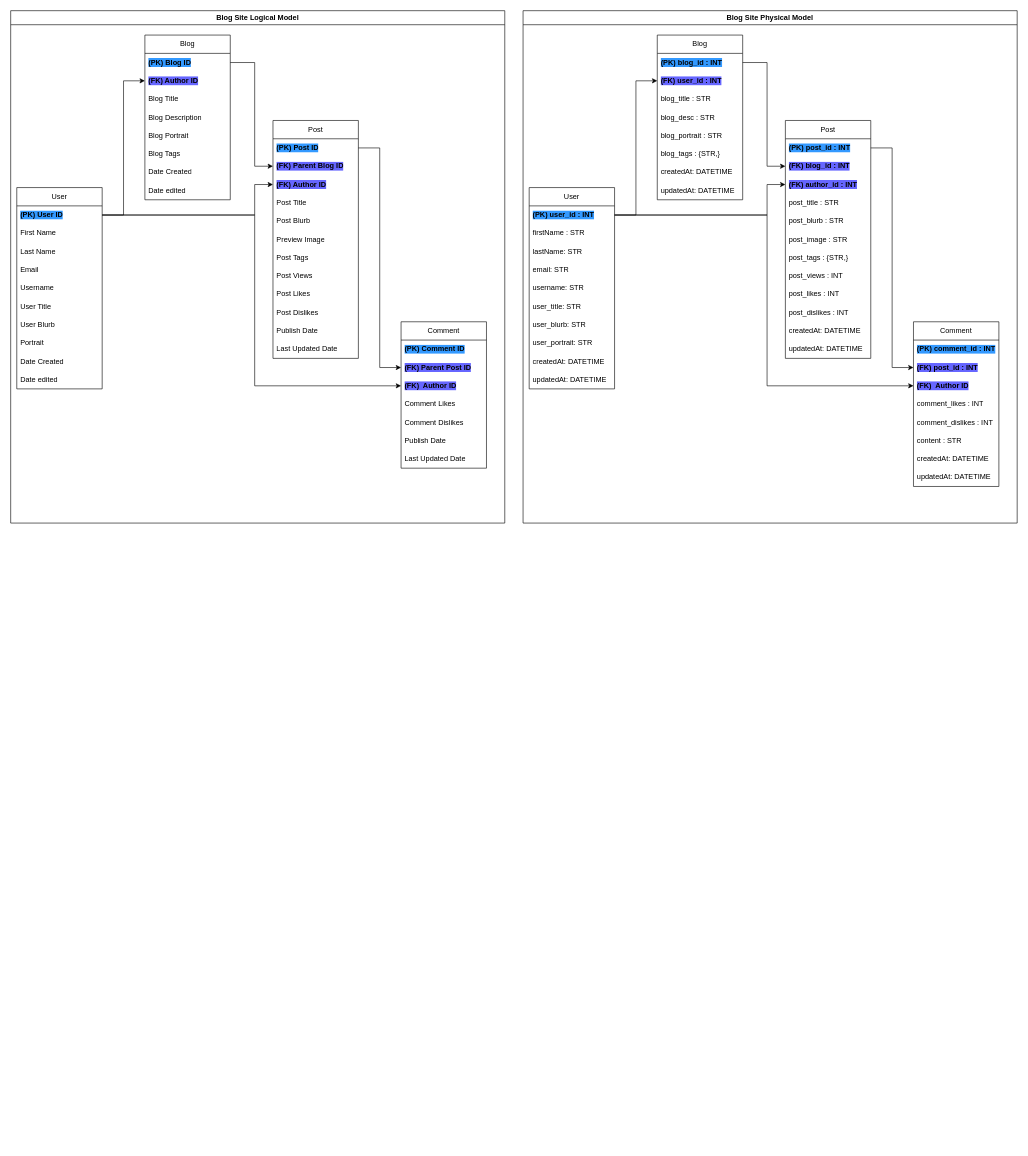
Euxiac/Exercise-Site keeps this draw.io diagram as Module_8/Exercise_1/Blog Site Models.drawio. Above is the earlier version. Source tidied: cells renumbered, new cells numbered last; positions are measured from the earlier drawing's top-left corner, leaving out a move shared by most shapes. Both pictures are drawn from the tidied source at 61%, with x=0, y=0 at pixel (10, 10).
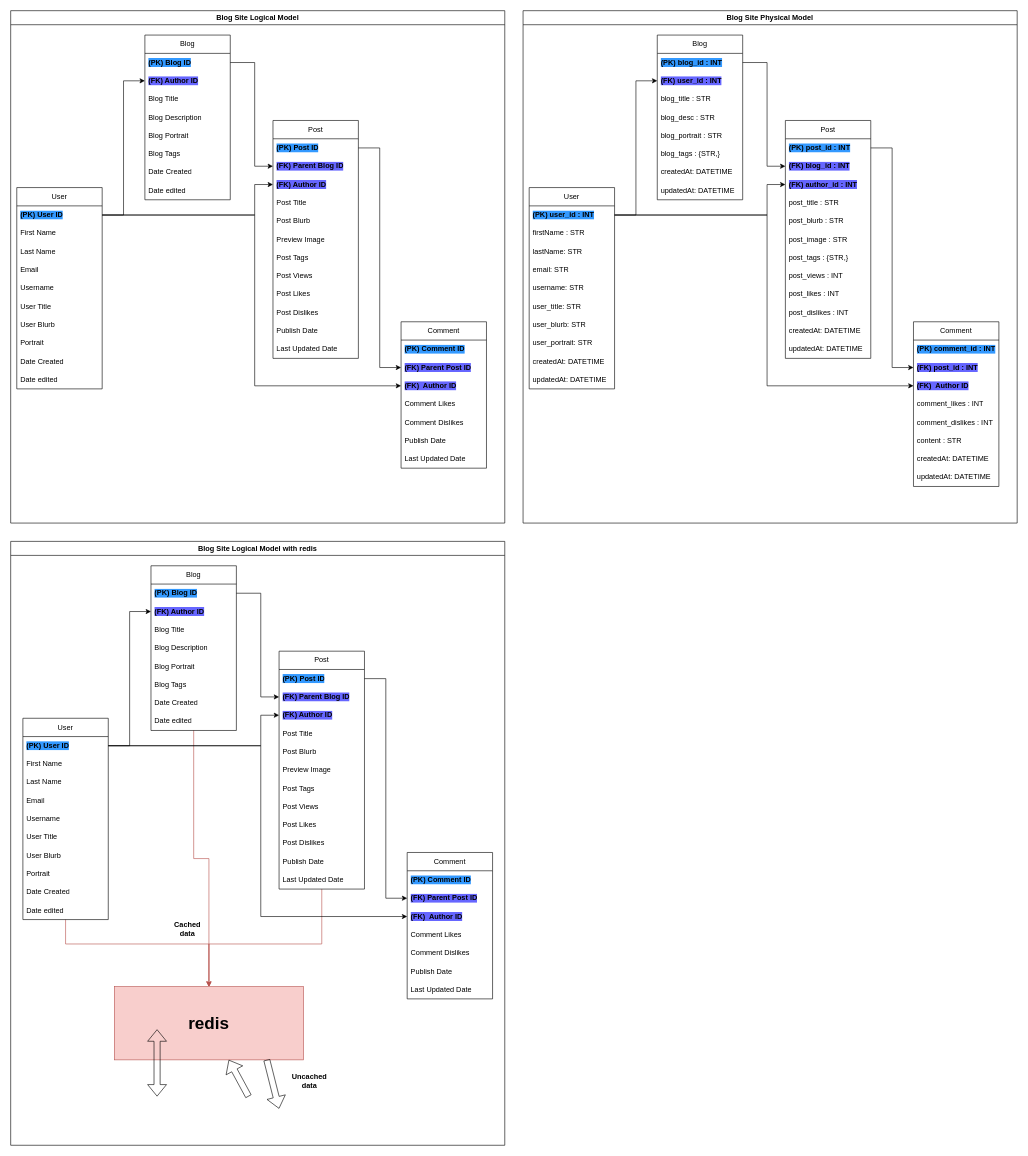
The same page after the edit.

Diff of the diagram source:
```diff
@@
+    <mxCell id="99" style="edgeStyle=orthogonalEdgeStyle;rounded=0;jettySize=auto;html=1;strokeColor=#b85450;fillColor=#f8cecc;" parent="1" edge="1" source="100" target="148">
+      <mxGeometry relative="1" as="geometry">
+        <Array as="points">
+          <mxPoint x="90" y="1530" />
+          <mxPoint x="325" y="1530" />
+        </Array>
+      </mxGeometry>
+    </mxCell>
+    <mxCell id="100" value="User" style="swimlane;fontStyle=0;horizontal=1;startSize=30;whiteSpace=wrap;html=1;" parent="1" vertex="1">
+      <mxGeometry x="20" y="1160" width="140" height="330" as="geometry" />
+    </mxCell>
+    <mxCell id="101" value="(PK) User ID" style="text;strokeColor=none;fillColor=none;align=left;verticalAlign=middle;spacingLeft=4;spacingRight=4;overflow=hidden;points=[[0,0.5],[1,0.5]];portConstraint=eastwest;whiteSpace=wrap;html=1;fontStyle=1;labelBackgroundColor=#3399FF;" parent="100" vertex="1">
+      <mxGeometry y="30" width="140" height="30" as="geometry" />
+    </mxCell>
+    <mxCell id="102" value="First Name" style="text;strokeColor=none;fillColor=none;align=left;verticalAlign=middle;spacingLeft=4;spacingRight=4;overflow=hidden;whiteSpace=wrap;html=1;" parent="100" vertex="1">
+      <mxGeometry y="60" width="140" height="30" as="geometry" />
+    </mxCell>
+    <mxCell id="103" value="Last Name" style="text;strokeColor=none;fillColor=none;align=left;verticalAlign=middle;spacingLeft=4;spacingRight=4;overflow=hidden;whiteSpace=wrap;html=1;" parent="100" vertex="1">
+      <mxGeometry y="90" width="140" height="30" as="geometry" />
+    </mxCell>
+    <mxCell id="104" value="Email" style="text;strokeColor=none;fillColor=none;align=left;verticalAlign=middle;spacingLeft=4;spacingRight=4;overflow=hidden;whiteSpace=wrap;html=1;" parent="100" vertex="1">
+      <mxGeometry y="120" width="140" height="30" as="geometry" />
+    </mxCell>
+    <mxCell id="105" value="Username" style="text;strokeColor=none;fillColor=none;align=left;verticalAlign=middle;spacingLeft=4;spacingRight=4;overflow=hidden;whiteSpace=wrap;html=1;" parent="100" vertex="1">
+      <mxGeometry y="150" width="140" height="30" as="geometry" />
+    </mxCell>
+    <mxCell id="106" value="User Title" style="text;strokeColor=none;fillColor=none;align=left;verticalAlign=middle;spacingLeft=4;spacingRight=4;overflow=hidden;whiteSpace=wrap;html=1;" parent="100" vertex="1">
+      <mxGeometry y="180" width="140" height="30" as="geometry" />
+    </mxCell>
+    <mxCell id="107" value="User Blurb" style="text;strokeColor=none;fillColor=none;align=left;verticalAlign=middle;spacingLeft=4;spacingRight=4;overflow=hidden;whiteSpace=wrap;html=1;" parent="100" vertex="1">
+      <mxGeometry y="210" width="140" height="30" as="geometry" />
+    </mxCell>
+    <mxCell id="108" value="Portrait" style="text;strokeColor=none;fillColor=none;align=left;verticalAlign=middle;spacingLeft=4;spacingRight=4;overflow=hidden;whiteSpace=wrap;html=1;" parent="100" vertex="1">
+      <mxGeometry y="240" width="140" height="30" as="geometry" />
+    </mxCell>
+    <mxCell id="109" value="Date Created" style="text;strokeColor=none;fillColor=none;align=left;verticalAlign=middle;spacingLeft=4;spacingRight=4;overflow=hidden;whiteSpace=wrap;html=1;" parent="100" vertex="1">
+      <mxGeometry y="270" width="140" height="30" as="geometry" />
+    </mxCell>
+    <mxCell id="110" value="Date edited" style="text;strokeColor=none;fillColor=none;align=left;verticalAlign=middle;spacingLeft=4;spacingRight=4;overflow=hidden;whiteSpace=wrap;html=1;" parent="100" vertex="1">
+      <mxGeometry y="300" width="140" height="30" as="geometry" />
+    </mxCell>
+    <mxCell id="111" style="edgeStyle=orthogonalEdgeStyle;rounded=0;jettySize=auto;html=1;strokeColor=#b85450;fillColor=#f8cecc;" parent="1" edge="1" source="112" target="148">
+      <mxGeometry relative="1" as="geometry">
+        <Array as="points">
+          <mxPoint x="510" y="1530" />
+          <mxPoint x="325" y="1530" />
+        </Array>
+      </mxGeometry>
+    </mxCell>
+    <mxCell id="112" value="Post" style="swimlane;fontStyle=0;horizontal=1;startSize=30;whiteSpace=wrap;html=1;" parent="1" vertex="1">
+      <mxGeometry x="440" y="1050" width="140" height="390" as="geometry" />
+    </mxCell>
+    <mxCell id="113" value="(PK)&amp;nbsp;Post ID" style="text;strokeColor=none;fillColor=none;align=left;verticalAlign=middle;spacingLeft=4;spacingRight=4;overflow=hidden;points=[[0,0.5],[1,0.5]];portConstraint=eastwest;whiteSpace=wrap;html=1;fontStyle=1;labelBackgroundColor=#3399FF;" parent="112" vertex="1">
+      <mxGeometry y="30" width="140" height="30" as="geometry" />
+    </mxCell>
+    <mxCell id="114" value="(FK) Parent Blog ID" style="text;strokeColor=none;fillColor=none;align=left;verticalAlign=middle;spacingLeft=4;spacingRight=4;overflow=hidden;points=[[0,0.5],[1,0.5]];portConstraint=eastwest;whiteSpace=wrap;html=1;fontStyle=1;labelBackgroundColor=#6666FF;" parent="112" vertex="1">
+      <mxGeometry y="60" width="140" height="30" as="geometry" />
+    </mxCell>
+    <mxCell id="115" value="(FK) Author ID" style="text;strokeColor=none;fillColor=none;align=left;verticalAlign=middle;spacingLeft=4;spacingRight=4;overflow=hidden;points=[[0,0.5],[1,0.5]];portConstraint=eastwest;whiteSpace=wrap;html=1;fontStyle=1;labelBackgroundColor=#6666FF;" parent="112" vertex="1">
+      <mxGeometry y="90" width="140" height="30" as="geometry" />
+    </mxCell>
+    <mxCell id="116" value="Post Title" style="text;strokeColor=none;fillColor=none;align=left;verticalAlign=middle;spacingLeft=4;spacingRight=4;overflow=hidden;whiteSpace=wrap;html=1;" parent="112" vertex="1">
+      <mxGeometry y="120" width="140" height="30" as="geometry" />
+    </mxCell>
+    <mxCell id="117" value="Post Blurb" style="text;strokeColor=none;fillColor=none;align=left;verticalAlign=middle;spacingLeft=4;spacingRight=4;overflow=hidden;whiteSpace=wrap;html=1;" parent="112" vertex="1">
+      <mxGeometry y="150" width="140" height="30" as="geometry" />
+    </mxCell>
+    <mxCell id="118" value="Preview Image" style="text;strokeColor=none;fillColor=none;align=left;verticalAlign=middle;spacingLeft=4;spacingRight=4;overflow=hidden;whiteSpace=wrap;html=1;" parent="112" vertex="1">
+      <mxGeometry y="180" width="140" height="30" as="geometry" />
+    </mxCell>
+    <mxCell id="119" value="Post Tags" style="text;strokeColor=none;fillColor=none;align=left;verticalAlign=middle;spacingLeft=4;spacingRight=4;overflow=hidden;whiteSpace=wrap;html=1;" parent="112" vertex="1">
+      <mxGeometry y="210" width="140" height="30" as="geometry" />
+    </mxCell>
+    <mxCell id="120" value="Post&amp;nbsp;Views" style="text;strokeColor=none;fillColor=none;align=left;verticalAlign=middle;spacingLeft=4;spacingRight=4;overflow=hidden;whiteSpace=wrap;html=1;" parent="112" vertex="1">
+      <mxGeometry y="240" width="140" height="30" as="geometry" />
+    </mxCell>
+    <mxCell id="121" value="Post&amp;nbsp;Likes" style="text;strokeColor=none;fillColor=none;align=left;verticalAlign=middle;spacingLeft=4;spacingRight=4;overflow=hidden;whiteSpace=wrap;html=1;" parent="112" vertex="1">
+      <mxGeometry y="270" width="140" height="30" as="geometry" />
+    </mxCell>
+    <mxCell id="122" value="Post&amp;nbsp;Dislikes" style="text;strokeColor=none;fillColor=none;align=left;verticalAlign=middle;spacingLeft=4;spacingRight=4;overflow=hidden;whiteSpace=wrap;html=1;" parent="112" vertex="1">
+      <mxGeometry y="300" width="140" height="30" as="geometry" />
+    </mxCell>
+    <mxCell id="123" value="Publish Date" style="text;strokeColor=none;fillColor=none;align=left;verticalAlign=middle;spacingLeft=4;spacingRight=4;overflow=hidden;whiteSpace=wrap;html=1;" parent="112" vertex="1">
+      <mxGeometry y="330" width="140" height="30" as="geometry" />
+    </mxCell>
+    <mxCell id="124" value="Last Updated Date" style="text;strokeColor=none;fillColor=none;align=left;verticalAlign=middle;spacingLeft=4;spacingRight=4;overflow=hidden;whiteSpace=wrap;html=1;" parent="112" vertex="1">
+      <mxGeometry y="360" width="140" height="30" as="geometry" />
+    </mxCell>
+    <mxCell id="125" value="Comment" style="swimlane;fontStyle=0;horizontal=1;startSize=30;whiteSpace=wrap;html=1;" parent="1" vertex="1">
+      <mxGeometry x="650" y="1380" width="140" height="240" as="geometry" />
+    </mxCell>
+    <mxCell id="126" value="(PK)&amp;nbsp;Comment ID" style="text;strokeColor=none;fillColor=none;align=left;verticalAlign=middle;spacingLeft=4;spacingRight=4;overflow=hidden;whiteSpace=wrap;html=1;fontStyle=1;labelBackgroundColor=#3399FF;" parent="125" vertex="1">
+      <mxGeometry y="30" width="140" height="30" as="geometry" />
+    </mxCell>
+    <mxCell id="127" value="(FK) Parent Post ID" style="text;strokeColor=none;fillColor=none;align=left;verticalAlign=middle;spacingLeft=4;spacingRight=4;overflow=hidden;points=[[0,0.5],[1,0.5]];portConstraint=eastwest;whiteSpace=wrap;html=1;fontStyle=1;labelBackgroundColor=#6666FF;" parent="125" vertex="1">
+      <mxGeometry y="60" width="140" height="30" as="geometry" />
+    </mxCell>
+    <mxCell id="128" value="(FK)&amp;nbsp; Author ID" style="text;strokeColor=none;fillColor=none;align=left;verticalAlign=middle;spacingLeft=4;spacingRight=4;overflow=hidden;points=[[0,0.5],[1,0.5]];portConstraint=eastwest;whiteSpace=wrap;html=1;fontStyle=1;labelBackgroundColor=#6666FF;" parent="125" vertex="1">
+      <mxGeometry y="90" width="140" height="30" as="geometry" />
+    </mxCell>
+    <mxCell id="129" value="Comment Likes" style="text;strokeColor=none;fillColor=none;align=left;verticalAlign=middle;spacingLeft=4;spacingRight=4;overflow=hidden;whiteSpace=wrap;html=1;" parent="125" vertex="1">
+      <mxGeometry y="120" width="140" height="30" as="geometry" />
+    </mxCell>
+    <mxCell id="130" value="Comment Dislikes" style="text;strokeColor=none;fillColor=none;align=left;verticalAlign=middle;spacingLeft=4;spacingRight=4;overflow=hidden;whiteSpace=wrap;html=1;" parent="125" vertex="1">
+      <mxGeometry y="150" width="140" height="30" as="geometry" />
+    </mxCell>
+    <mxCell id="131" value="Publish Date" style="text;strokeColor=none;fillColor=none;align=left;verticalAlign=middle;spacingLeft=4;spacingRight=4;overflow=hidden;whiteSpace=wrap;html=1;" parent="125" vertex="1">
+      <mxGeometry y="180" width="140" height="30" as="geometry" />
+    </mxCell>
+    <mxCell id="132" value="Last Updated Date" style="text;strokeColor=none;fillColor=none;align=left;verticalAlign=middle;spacingLeft=4;spacingRight=4;overflow=hidden;whiteSpace=wrap;html=1;" parent="125" vertex="1">
+      <mxGeometry y="210" width="140" height="30" as="geometry" />
+    </mxCell>
+    <mxCell id="133" style="edgeStyle=orthogonalEdgeStyle;rounded=0;jettySize=auto;html=1;entryX=0.5;entryY=0;entryDx=0;entryDy=0;strokeColor=#b85450;fillColor=#f8cecc;" parent="1" edge="1" source="134" target="148">
+      <mxGeometry relative="1" as="geometry" />
+    </mxCell>
+    <mxCell id="134" value="Blog" style="swimlane;fontStyle=0;horizontal=1;startSize=30;whiteSpace=wrap;html=1;" parent="1" vertex="1">
+      <mxGeometry x="230" y="910" width="140" height="270" as="geometry" />
+    </mxCell>
+    <mxCell id="135" value="(PK)&amp;nbsp;Blog ID" style="text;strokeColor=none;fillColor=none;align=left;verticalAlign=middle;spacingLeft=4;spacingRight=4;overflow=hidden;points=[[0,0.5],[1,0.5]];portConstraint=eastwest;whiteSpace=wrap;html=1;fontStyle=1;labelBackgroundColor=#3399FF;" parent="134" vertex="1">
+      <mxGeometry y="30" width="140" height="30" as="geometry" />
+    </mxCell>
+    <mxCell id="136" value="(FK) Author ID" style="text;strokeColor=none;fillColor=none;align=left;verticalAlign=middle;spacingLeft=4;spacingRight=4;overflow=hidden;points=[[0,0.5],[1,0.5]];portConstraint=eastwest;whiteSpace=wrap;html=1;fontStyle=1;labelBackgroundColor=#6666FF;" parent="134" vertex="1">
+      <mxGeometry y="60" width="140" height="30" as="geometry" />
+    </mxCell>
+    <mxCell id="137" value="Blog Title" style="text;strokeColor=none;fillColor=none;align=left;verticalAlign=middle;spacingLeft=4;spacingRight=4;overflow=hidden;whiteSpace=wrap;html=1;" parent="134" vertex="1">
+      <mxGeometry y="90" width="140" height="30" as="geometry" />
+    </mxCell>
+    <mxCell id="138" value="Blog Description" style="text;strokeColor=none;fillColor=none;align=left;verticalAlign=middle;spacingLeft=4;spacingRight=4;overflow=hidden;whiteSpace=wrap;html=1;" parent="134" vertex="1">
+      <mxGeometry y="120" width="140" height="30" as="geometry" />
+    </mxCell>
+    <mxCell id="139" value="Blog Portrait" style="text;strokeColor=none;fillColor=none;align=left;verticalAlign=middle;spacingLeft=4;spacingRight=4;overflow=hidden;whiteSpace=wrap;html=1;" parent="134" vertex="1">
+      <mxGeometry y="150" width="140" height="30" as="geometry" />
+    </mxCell>
+    <mxCell id="140" value="Blog Tags" style="text;strokeColor=none;fillColor=none;align=left;verticalAlign=middle;spacingLeft=4;spacingRight=4;overflow=hidden;whiteSpace=wrap;html=1;" parent="134" vertex="1">
+      <mxGeometry y="180" width="140" height="30" as="geometry" />
+    </mxCell>
+    <mxCell id="141" value="Date Created" style="text;strokeColor=none;fillColor=none;align=left;verticalAlign=middle;spacingLeft=4;spacingRight=4;overflow=hidden;whiteSpace=wrap;html=1;" parent="134" vertex="1">
+      <mxGeometry y="210" width="140" height="30" as="geometry" />
+    </mxCell>
+    <mxCell id="142" value="Date edited" style="text;strokeColor=none;fillColor=none;align=left;verticalAlign=middle;spacingLeft=4;spacingRight=4;overflow=hidden;whiteSpace=wrap;html=1;" parent="134" vertex="1">
+      <mxGeometry y="240" width="140" height="30" as="geometry" />
+    </mxCell>
+    <mxCell id="143" style="edgeStyle=orthogonalEdgeStyle;rounded=0;jettySize=auto;html=1;exitX=1;exitY=0.5;exitDx=0;exitDy=0;entryX=0;entryY=0.5;entryDx=0;entryDy=0;" parent="1" edge="1" source="101" target="136">
+      <mxGeometry relative="1" as="geometry" />
+    </mxCell>
+    <mxCell id="144" style="edgeStyle=orthogonalEdgeStyle;rounded=0;jettySize=auto;html=1;exitX=1;exitY=0.5;exitDx=0;exitDy=0;entryX=0;entryY=0.5;entryDx=0;entryDy=0;" parent="1" edge="1" source="135" target="114">
+      <mxGeometry relative="1" as="geometry">
+        <Array as="points">
+          <mxPoint x="410" y="955" />
+          <mxPoint x="410" y="1125" />
+        </Array>
+      </mxGeometry>
+    </mxCell>
+    <mxCell id="145" style="edgeStyle=orthogonalEdgeStyle;rounded=0;jettySize=auto;html=1;exitX=1;exitY=0.5;exitDx=0;exitDy=0;entryX=0;entryY=0.5;entryDx=0;entryDy=0;" parent="1" edge="1" source="113" target="127">
+      <mxGeometry relative="1" as="geometry" />
+    </mxCell>
+    <mxCell id="146" style="edgeStyle=orthogonalEdgeStyle;rounded=0;jettySize=auto;html=1;exitX=1;exitY=0.5;exitDx=0;exitDy=0;entryX=0;entryY=0.5;entryDx=0;entryDy=0;" parent="1" edge="1" source="101" target="115">
+      <mxGeometry relative="1" as="geometry">
+        <Array as="points">
+          <mxPoint x="410" y="1205" />
+          <mxPoint x="410" y="1155" />
+        </Array>
+      </mxGeometry>
+    </mxCell>
+    <mxCell id="147" value="Blog Site Logical Model with redis" style="swimlane;whiteSpace=wrap;html=1;" parent="1" vertex="1">
+      <mxGeometry y="870" width="810" height="990" as="geometry" />
+    </mxCell>
+    <mxCell id="148" value="redis" style="rounded=0;whiteSpace=wrap;html=1;fillColor=#f8cecc;strokeColor=#b85450;fontSize=28;fontStyle=1;" parent="147" vertex="1">
+      <mxGeometry x="170" y="730" width="310" height="120" as="geometry" />
+    </mxCell>
+    <mxCell id="149" style="shape=flexArrow;endArrow=classic;startArrow=classic;html=1;rounded=0;" parent="147" edge="1">
+      <mxGeometry relative="1" as="geometry">
+        <mxPoint x="240" y="910" as="sourcePoint" />
+        <mxPoint x="240" y="800" as="targetPoint" />
+      </mxGeometry>
+    </mxCell>
+    <mxCell id="150" style="shape=flexArrow;endArrow=classic;html=1;rounded=0;" parent="147" edge="1" target="148">
+      <mxGeometry relative="1" as="geometry">
+        <mxPoint x="390" y="910" as="sourcePoint" />
+      </mxGeometry>
+    </mxCell>
+    <mxCell id="151" style="shape=flexArrow;endArrow=classic;html=1;rounded=0;exitX=0.806;exitY=1;exitDx=0;exitDy=0;exitPerimeter=0;" parent="147" edge="1" source="148">
+      <mxGeometry relative="1" as="geometry">
+        <mxPoint x="440" y="930" as="targetPoint" />
+      </mxGeometry>
+    </mxCell>
+    <mxCell id="152" value="Cached data" style="text;html=1;align=center;verticalAlign=middle;whiteSpace=wrap;rounded=0;fontStyle=1;" parent="147" vertex="1">
+      <mxGeometry x="260" y="620" width="60" height="30" as="geometry" />
+    </mxCell>
+    <mxCell id="153" value="Uncached data" style="text;html=1;align=center;verticalAlign=middle;whiteSpace=wrap;rounded=0;fontStyle=1;" parent="147" vertex="1">
+      <mxGeometry x="460" y="870" width="60" height="30" as="geometry" />
+    </mxCell>
+    <mxCell id="154" style="edgeStyle=orthogonalEdgeStyle;rounded=0;jettySize=auto;html=1;exitX=1;exitY=0.5;exitDx=0;exitDy=0;entryX=0;entryY=0.5;entryDx=0;entryDy=0;" parent="1" edge="1" source="101" target="128">
+      <mxGeometry relative="1" as="geometry">
+        <Array as="points">
+          <mxPoint x="410" y="1205" />
+          <mxPoint x="410" y="1485" />
+        </Array>
+      </mxGeometry>
+    </mxCell>
```
